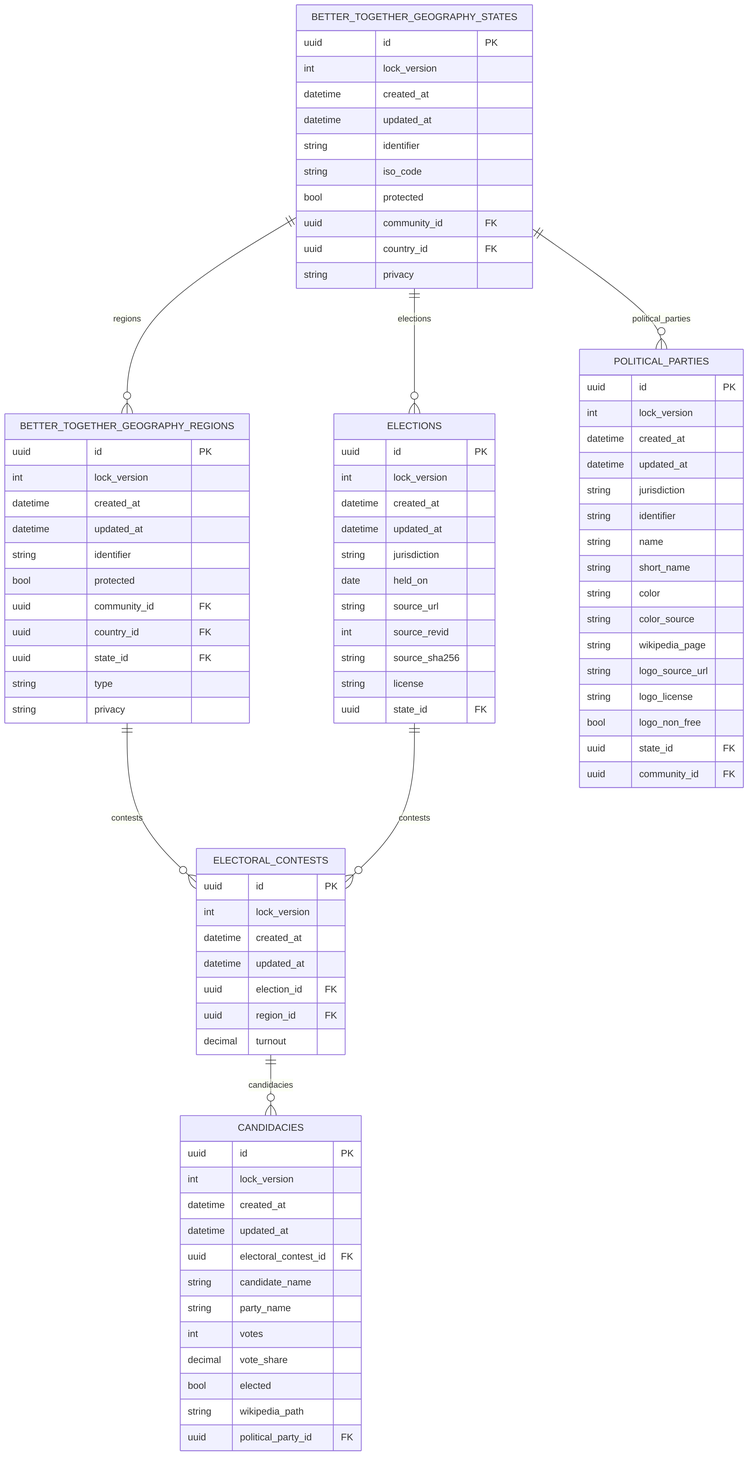
This is docs/diagrams/exports/png/nlo_elections_schema_erd.png from better-together-solutions/newfoundlandlabradoronline, a Mermaid export, as it was before one commit. Its source is kept beside it as docs/diagrams/source/nlo_elections_schema_erd.mmd.
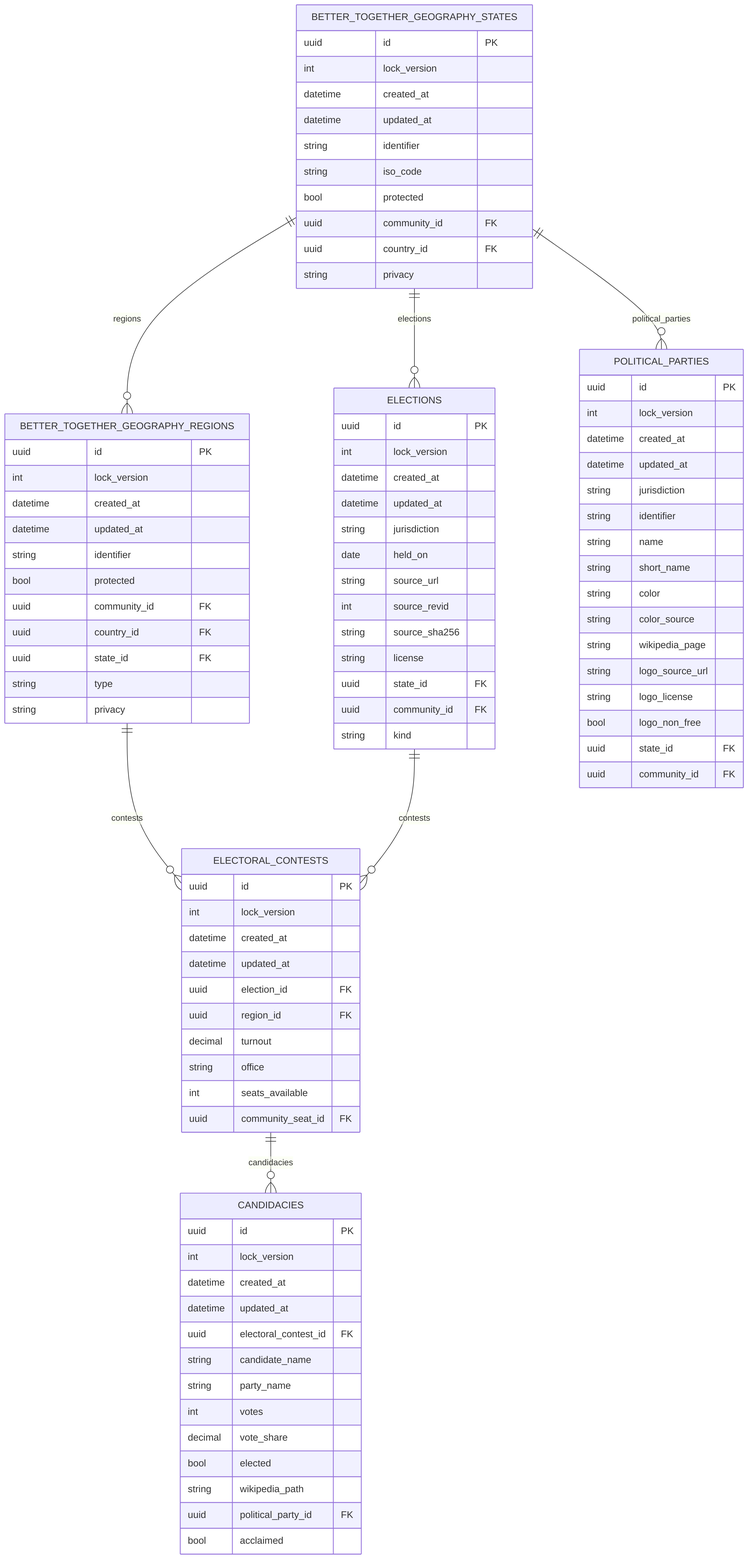
Later version of the same file.

The edit, as a diff of the source:
```diff
@@ -36,6 +36,8 @@
     string source_sha256
     string license
     uuid state_id FK
+    uuid community_id FK
+    string kind
   }
   ELECTORAL_CONTESTS {
     uuid id PK
@@ -45,6 +47,9 @@
     uuid election_id FK
     uuid region_id FK
     decimal turnout
+    string office
+    int seats_available
+    uuid community_seat_id FK
   }
   CANDIDACIES {
     uuid id PK
@@ -59,6 +64,7 @@
     bool elected
     string wikipedia_path
     uuid political_party_id FK
+    bool acclaimed
   }
   POLITICAL_PARTIES {
     uuid id PK
```
